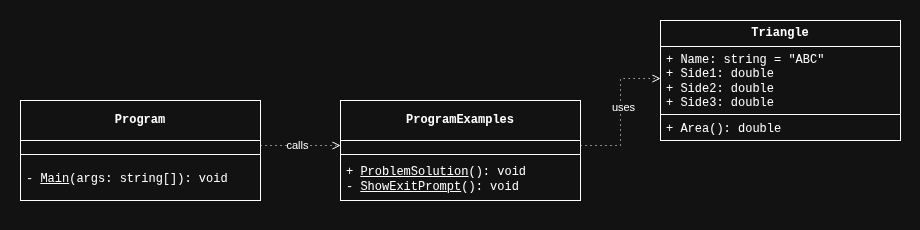
jspneto-csharp-estudos/comparacao-triangulos keeps this draw.io diagram as Images/ClassDiagram.png. Above is the earlier version. Source tidied: cells renumbered, new cells last; positions are measured from the earlier drawing's top-left corner, leaving out a move shared by most shapes.
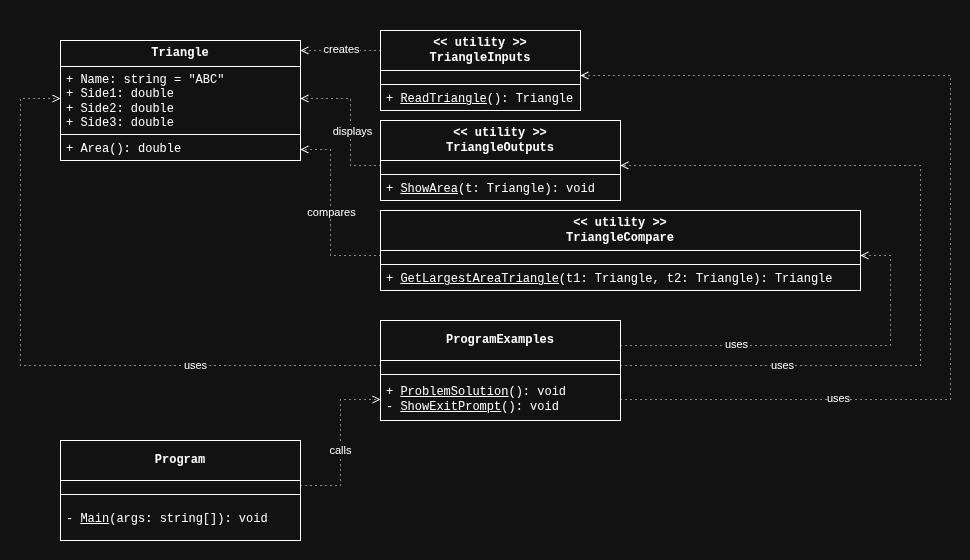
Later version of the same file.

Commit message:
docs: adiciona link e screenshot da versao 0.1.1

The edit, as a diff of the source:
```diff
@@ -3,10 +3,10 @@
     <mxCell id="0" />
     <mxCell id="1" parent="0" />
     <mxCell id="2" style="rounded=0;whiteSpace=wrap;html=1;strokeColor=none;" parent="1" vertex="1">
-      <mxGeometry width="920" height="230" as="geometry" />
+      <mxGeometry x="-220" y="160" width="970" height="560" as="geometry" />
     </mxCell>
     <mxCell id="3" value="Triangle" style="swimlane;fontStyle=1;align=center;verticalAlign=middle;horizontal=1;startSize=26;whiteSpace=wrap;html=1;fontFamily=Courier New;" parent="1" vertex="1">
-      <mxGeometry x="660" y="20" width="240" height="120" as="geometry" />
+      <mxGeometry x="-160" y="200" width="240" height="120" as="geometry" />
     </mxCell>
     <mxCell id="4" value="+ Name: string = &quot;ABC&quot;&lt;div&gt;+ Side1: double&lt;/div&gt;&lt;div&gt;+ Side2: double&lt;/div&gt;&lt;div&gt;+ Side3: double&lt;br&gt;&lt;div&gt;&lt;br&gt;&lt;/div&gt;&lt;/div&gt;" style="text;strokeColor=none;fillColor=none;align=left;verticalAlign=top;spacingLeft=4;spacingRight=4;overflow=hidden;points=[[0,0.5],[1,0.5]];portConstraint=eastwest;whiteSpace=wrap;html=1;fontFamily=Courier New;" parent="3" vertex="1">
       <mxGeometry y="26" width="240" height="64" as="geometry" />
@@ -17,8 +17,55 @@
     <mxCell id="6" value="+ Area(): double" style="text;strokeColor=none;fillColor=none;align=left;verticalAlign=middle;spacingLeft=4;spacingRight=4;overflow=hidden;points=[[0,0.5],[1,0.5]];portConstraint=eastwest;whiteSpace=wrap;html=1;fontFamily=Courier New;" parent="3" vertex="1">
       <mxGeometry y="98" width="240" height="22" as="geometry" />
     </mxCell>
+    <mxCell id="19" value="&lt;div&gt;&amp;lt;&amp;lt; utility &amp;gt;&amp;gt;&lt;/div&gt;TriangleInputs" style="swimlane;fontStyle=1;align=center;verticalAlign=middle;horizontal=1;startSize=40;whiteSpace=wrap;html=1;fontFamily=Courier New;" parent="1" vertex="1">
+      <mxGeometry x="160" y="190" width="200" height="80" as="geometry" />
+    </mxCell>
+    <mxCell id="20" value="&lt;div&gt;&lt;div&gt;&lt;br&gt;&lt;/div&gt;&lt;/div&gt;" style="text;strokeColor=none;fillColor=none;align=left;verticalAlign=middle;spacingLeft=4;spacingRight=4;overflow=hidden;points=[[0,0.5],[1,0.5]];portConstraint=eastwest;whiteSpace=wrap;html=1;fontFamily=Courier New;" parent="19" vertex="1">
+      <mxGeometry y="40" width="200" height="10" as="geometry" />
+    </mxCell>
+    <mxCell id="21" style="line;strokeWidth=1;fillColor=none;align=left;verticalAlign=middle;spacingTop=-1;spacingLeft=3;spacingRight=3;labelPosition=right;strokeColor=inherit;fontFamily=Courier New;" parent="19" vertex="1">
+      <mxGeometry y="50" width="200" height="8" as="geometry" />
+    </mxCell>
+    <mxCell id="22" value="+ &lt;u&gt;ReadTriangle&lt;/u&gt;(): Triangle" style="text;strokeColor=none;fillColor=none;align=left;verticalAlign=middle;spacingLeft=4;spacingRight=4;overflow=hidden;whiteSpace=wrap;html=1;fontFamily=Courier New;" parent="19" vertex="1">
+      <mxGeometry y="58" width="200" height="22" as="geometry" />
+    </mxCell>
+    <mxCell id="23" value="&lt;div&gt;&amp;lt;&amp;lt; utility &amp;gt;&amp;gt;&lt;/div&gt;TriangleOutputs" style="swimlane;fontStyle=1;align=center;verticalAlign=middle;horizontal=1;startSize=40;whiteSpace=wrap;html=1;fontFamily=Courier New;" parent="1" vertex="1">
+      <mxGeometry x="160" y="280" width="240" height="80" as="geometry" />
+    </mxCell>
+    <mxCell id="24" value="&lt;div&gt;&lt;div&gt;&lt;br&gt;&lt;/div&gt;&lt;/div&gt;" style="text;strokeColor=none;fillColor=none;align=left;verticalAlign=middle;spacingLeft=4;spacingRight=4;overflow=hidden;points=[[0,0.5],[1,0.5]];portConstraint=eastwest;whiteSpace=wrap;html=1;fontFamily=Courier New;" parent="23" vertex="1">
+      <mxGeometry y="40" width="240" height="10" as="geometry" />
+    </mxCell>
+    <mxCell id="25" style="line;strokeWidth=1;fillColor=none;align=left;verticalAlign=middle;spacingTop=-1;spacingLeft=3;spacingRight=3;labelPosition=right;strokeColor=inherit;fontFamily=Courier New;" parent="23" vertex="1">
+      <mxGeometry y="50" width="240" height="8" as="geometry" />
+    </mxCell>
+    <mxCell id="26" value="+ &lt;u&gt;ShowArea&lt;/u&gt;(t: Triangle): void" style="text;strokeColor=none;fillColor=none;align=left;verticalAlign=middle;spacingLeft=4;spacingRight=4;overflow=hidden;whiteSpace=wrap;html=1;fontFamily=Courier New;" parent="23" vertex="1">
+      <mxGeometry y="58" width="240" height="22" as="geometry" />
+    </mxCell>
+    <mxCell id="27" value="&lt;div&gt;&amp;lt;&amp;lt; utility &amp;gt;&amp;gt;&lt;/div&gt;TriangleCompare" style="swimlane;fontStyle=1;align=center;verticalAlign=middle;horizontal=1;startSize=40;whiteSpace=wrap;html=1;fontFamily=Courier New;" parent="1" vertex="1">
+      <mxGeometry x="160" y="370" width="480" height="80" as="geometry" />
+    </mxCell>
+    <mxCell id="28" value="&lt;div&gt;&lt;div&gt;&lt;br&gt;&lt;/div&gt;&lt;/div&gt;" style="text;strokeColor=none;fillColor=none;align=left;verticalAlign=middle;spacingLeft=4;spacingRight=4;overflow=hidden;points=[[0,0.5],[1,0.5]];portConstraint=eastwest;whiteSpace=wrap;html=1;fontFamily=Courier New;" parent="27" vertex="1">
+      <mxGeometry y="40" width="480" height="10" as="geometry" />
+    </mxCell>
+    <mxCell id="29" style="line;strokeWidth=1;fillColor=none;align=left;verticalAlign=middle;spacingTop=-1;spacingLeft=3;spacingRight=3;labelPosition=right;strokeColor=inherit;fontFamily=Courier New;" parent="27" vertex="1">
+      <mxGeometry y="50" width="480" height="8" as="geometry" />
+    </mxCell>
+    <mxCell id="30" value="+ &lt;u&gt;GetLargestAreaTriangle&lt;/u&gt;(t1: Triangle, t2: Triangle): Triangle" style="text;strokeColor=none;fillColor=none;align=left;verticalAlign=middle;spacingLeft=4;spacingRight=4;overflow=hidden;whiteSpace=wrap;html=1;fontFamily=Courier New;" parent="27" vertex="1">
+      <mxGeometry y="58" width="480" height="22" as="geometry" />
+    </mxCell>
+    <mxCell id="31" style="edgeStyle=orthogonalEdgeStyle;rounded=0;jettySize=auto;html=1;exitX=1;exitY=0.25;exitDx=0;exitDy=0;entryX=1;entryY=0.5;entryDx=0;entryDy=0;dashed=1;dashPattern=1 4;endArrow=open;endFill=0;" parent="1" edge="1" source="7" target="28">
+      <mxGeometry relative="1" as="geometry">
+        <Array as="points">
+          <mxPoint x="670" y="505" />
+          <mxPoint x="670" y="415" />
+        </Array>
+      </mxGeometry>
+    </mxCell>
+    <mxCell id="32" value="uses" style="edgeLabel;html=1;align=center;verticalAlign=middle;" parent="31" vertex="1">
+      <mxGeometry x="-0.41" y="2" relative="1" as="geometry" />
+    </mxCell>
     <mxCell id="7" value="&lt;div&gt;&lt;span style=&quot;background-color: transparent; color: light-dark(rgb(0, 0, 0), rgb(255, 255, 255));&quot;&gt;ProgramExamples&lt;/span&gt;&lt;/div&gt;" style="swimlane;fontStyle=1;align=center;verticalAlign=middle;horizontal=1;startSize=40;whiteSpace=wrap;html=1;fontFamily=Courier New;" parent="1" vertex="1">
-      <mxGeometry x="340" y="100" width="240" height="100" as="geometry" />
+      <mxGeometry x="160" y="480" width="240" height="100" as="geometry" />
     </mxCell>
     <mxCell id="8" value="&lt;div&gt;&lt;div&gt;&lt;br&gt;&lt;/div&gt;&lt;/div&gt;" style="text;strokeColor=none;fillColor=none;align=left;verticalAlign=middle;spacingLeft=4;spacingRight=4;overflow=hidden;points=[[0,0.5],[1,0.5]];portConstraint=eastwest;whiteSpace=wrap;html=1;fontFamily=Courier New;" parent="7" vertex="1">
       <mxGeometry y="40" width="240" height="10" as="geometry" />
@@ -30,7 +77,7 @@
       <mxGeometry y="58" width="240" height="42" as="geometry" />
     </mxCell>
     <mxCell id="11" value="&lt;div&gt;&lt;span style=&quot;background-color: transparent; color: light-dark(rgb(0, 0, 0), rgb(255, 255, 255));&quot;&gt;Program&lt;/span&gt;&lt;/div&gt;" style="swimlane;fontStyle=1;align=center;verticalAlign=middle;horizontal=1;startSize=40;whiteSpace=wrap;html=1;fontFamily=Courier New;" parent="1" vertex="1">
-      <mxGeometry x="20" y="100" width="240" height="100" as="geometry" />
+      <mxGeometry x="-160" y="600" width="240" height="100" as="geometry" />
     </mxCell>
     <mxCell id="12" value="&lt;div&gt;&lt;div&gt;&lt;br&gt;&lt;/div&gt;&lt;/div&gt;" style="text;strokeColor=none;fillColor=none;align=left;verticalAlign=middle;spacingLeft=4;spacingRight=4;overflow=hidden;points=[[0,0.5],[1,0.5]];portConstraint=eastwest;whiteSpace=wrap;html=1;fontFamily=Courier New;" parent="11" vertex="1">
       <mxGeometry y="40" width="240" height="10" as="geometry" />
@@ -41,17 +88,72 @@
     <mxCell id="14" value="&lt;div&gt;&lt;font&gt;- &lt;u&gt;Main&lt;/u&gt;(args: string[]): void&lt;/font&gt;&lt;/div&gt;" style="text;strokeColor=none;fillColor=none;align=left;verticalAlign=middle;spacingLeft=4;spacingRight=4;overflow=hidden;whiteSpace=wrap;html=1;fontFamily=Courier New;" parent="11" vertex="1">
       <mxGeometry y="58" width="240" height="42" as="geometry" />
     </mxCell>
+    <mxCell id="33" style="edgeStyle=orthogonalEdgeStyle;rounded=0;jettySize=auto;html=1;exitX=0;exitY=0.5;exitDx=0;exitDy=0;entryX=1;entryY=0.5;entryDx=0;entryDy=0;dashed=1;dashPattern=1 4;endArrow=open;endFill=0;" parent="1" edge="1" source="24" target="4">
+      <mxGeometry relative="1" as="geometry">
+        <Array as="points">
+          <mxPoint x="130" y="325" />
+          <mxPoint x="130" y="258" />
+        </Array>
+      </mxGeometry>
+    </mxCell>
+    <mxCell id="34" value="displays" style="edgeLabel;html=1;align=center;verticalAlign=middle;" parent="33" vertex="1">
+      <mxGeometry x="-0.12" y="-1" relative="1" as="geometry" />
+    </mxCell>
+    <mxCell id="35" style="edgeStyle=orthogonalEdgeStyle;rounded=0;jettySize=auto;html=1;exitX=0;exitY=0.5;exitDx=0;exitDy=0;entryX=1;entryY=0.5;entryDx=0;entryDy=0;dashed=1;dashPattern=1 4;endArrow=open;endFill=0;" parent="1" edge="1" source="28" target="6">
+      <mxGeometry relative="1" as="geometry">
+        <Array as="points">
+          <mxPoint x="110" y="415" />
+          <mxPoint x="110" y="309" />
+        </Array>
+      </mxGeometry>
+    </mxCell>
+    <mxCell id="36" value="compares" style="edgeLabel;html=1;align=center;verticalAlign=middle;" parent="35" vertex="1">
+      <mxGeometry x="0.01" relative="1" as="geometry" />
+    </mxCell>
+    <mxCell id="37" style="edgeStyle=orthogonalEdgeStyle;rounded=0;jettySize=auto;html=1;exitX=0;exitY=0.25;exitDx=0;exitDy=0;entryX=1;entryY=0.083;entryDx=0;entryDy=0;entryPerimeter=0;dashed=1;dashPattern=1 4;endArrow=open;endFill=0;" parent="1" edge="1" source="19" target="3">
+      <mxGeometry relative="1" as="geometry" />
+    </mxCell>
+    <mxCell id="38" value="creates" style="edgeLabel;html=1;align=center;verticalAlign=middle;" parent="37" vertex="1">
+      <mxGeometry y="-1" relative="1" as="geometry" />
+    </mxCell>
+    <mxCell id="17" style="edgeStyle=orthogonalEdgeStyle;rounded=0;jettySize=auto;html=1;exitX=0;exitY=0.5;exitDx=0;exitDy=0;entryX=0;entryY=0.5;entryDx=0;entryDy=0;dashed=1;dashPattern=1 4;endArrow=open;endFill=0;" parent="1" edge="1" source="8" target="4">
+      <mxGeometry relative="1" as="geometry">
+        <Array as="points">
+          <mxPoint x="-200" y="525" />
+          <mxPoint x="-200" y="258" />
+        </Array>
+      </mxGeometry>
+    </mxCell>
+    <mxCell id="39" value="uses" style="edgeLabel;html=1;align=center;verticalAlign=middle;" parent="17" vertex="1">
+      <mxGeometry x="-0.44" y="-1" relative="1" as="geometry" />
+    </mxCell>
+    <mxCell id="40" style="edgeStyle=orthogonalEdgeStyle;rounded=0;jettySize=auto;html=1;exitX=1;exitY=0.5;exitDx=0;exitDy=0;entryX=1;entryY=0.5;entryDx=0;entryDy=0;dashed=1;dashPattern=1 4;endArrow=open;endFill=0;" parent="1" edge="1" source="8" target="24">
+      <mxGeometry relative="1" as="geometry">
+        <Array as="points">
+          <mxPoint x="700" y="525" />
+          <mxPoint x="700" y="325" />
+        </Array>
+      </mxGeometry>
+    </mxCell>
+    <mxCell id="41" value="uses" style="edgeLabel;html=1;align=center;verticalAlign=middle;" parent="40" vertex="1">
+      <mxGeometry x="-0.6" y="1" relative="1" as="geometry" />
+    </mxCell>
+    <mxCell id="42" style="edgeStyle=orthogonalEdgeStyle;rounded=0;jettySize=auto;html=1;exitX=1;exitY=0.5;exitDx=0;exitDy=0;entryX=1;entryY=0.5;entryDx=0;entryDy=0;dashed=1;dashPattern=1 4;endArrow=open;endFill=0;" parent="1" edge="1" source="10" target="20">
+      <mxGeometry relative="1" as="geometry">
+        <Array as="points">
+          <mxPoint x="730" y="559" />
+          <mxPoint x="730" y="235" />
+        </Array>
+      </mxGeometry>
+    </mxCell>
+    <mxCell id="43" value="uses" style="edgeLabel;html=1;align=center;verticalAlign=middle;" parent="42" vertex="1">
+      <mxGeometry x="-0.58" y="2" relative="1" as="geometry" />
+    </mxCell>
-    <mxCell id="15" style="edgeStyle=orthogonalEdgeStyle;rounded=0;jettySize=auto;html=1;exitX=1;exitY=0.5;exitDx=0;exitDy=0;entryX=0;entryY=0.5;entryDx=0;entryDy=0;dashed=1;dashPattern=1 4;endArrow=open;endFill=0;" parent="1" edge="1" source="12" target="8">
+    <mxCell id="15" style="edgeStyle=orthogonalEdgeStyle;rounded=0;jettySize=auto;html=1;exitX=1;exitY=0.5;exitDx=0;exitDy=0;entryX=0;entryY=0.5;entryDx=0;entryDy=0;dashed=1;dashPattern=1 4;endArrow=open;endFill=0;" parent="1" edge="1" source="12" target="10">
       <mxGeometry relative="1" as="geometry" />
     </mxCell>
     <mxCell id="16" value="calls" style="edgeLabel;html=1;align=center;verticalAlign=middle;" parent="15" vertex="1">
       <mxGeometry x="-0.08" y="1" relative="1" as="geometry" />
     </mxCell>
-    <mxCell id="17" style="edgeStyle=orthogonalEdgeStyle;rounded=0;jettySize=auto;html=1;exitX=1;exitY=0.5;exitDx=0;exitDy=0;entryX=0;entryY=0.5;entryDx=0;entryDy=0;endArrow=open;endFill=0;dashed=1;dashPattern=1 4;" parent="1" edge="1" source="8" target="4">
-      <mxGeometry relative="1" as="geometry" />
-    </mxCell>
-    <mxCell id="18" value="uses" style="edgeLabel;html=1;align=center;verticalAlign=middle;" parent="17" vertex="1">
-      <mxGeometry x="0.07" y="-2" relative="1" as="geometry" />
-    </mxCell>
   </root>
 </mxGraphModel>
```
